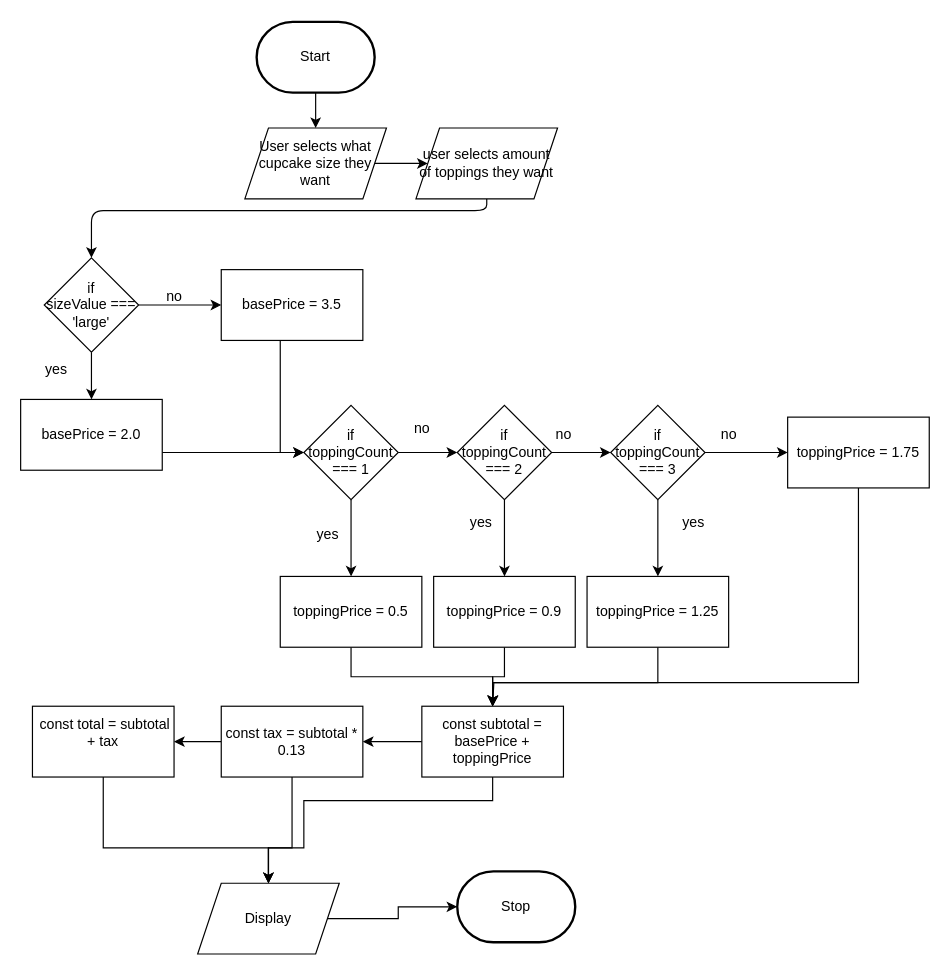
MTHS-ICD2O-1-2024/ICD2O-Assignment-04-Devin-boucher keeps this draw.io diagram as design/flowchart.drawio. Above is the earlier version. Source tidied: cells renumbered, new cells numbered last; positions are measured from the earlier drawing's top-left corner, leaving out a move shared by most shapes. Both pictures are drawn from the tidied source at 118%, with x=0, y=0 at pixel (20, 21).
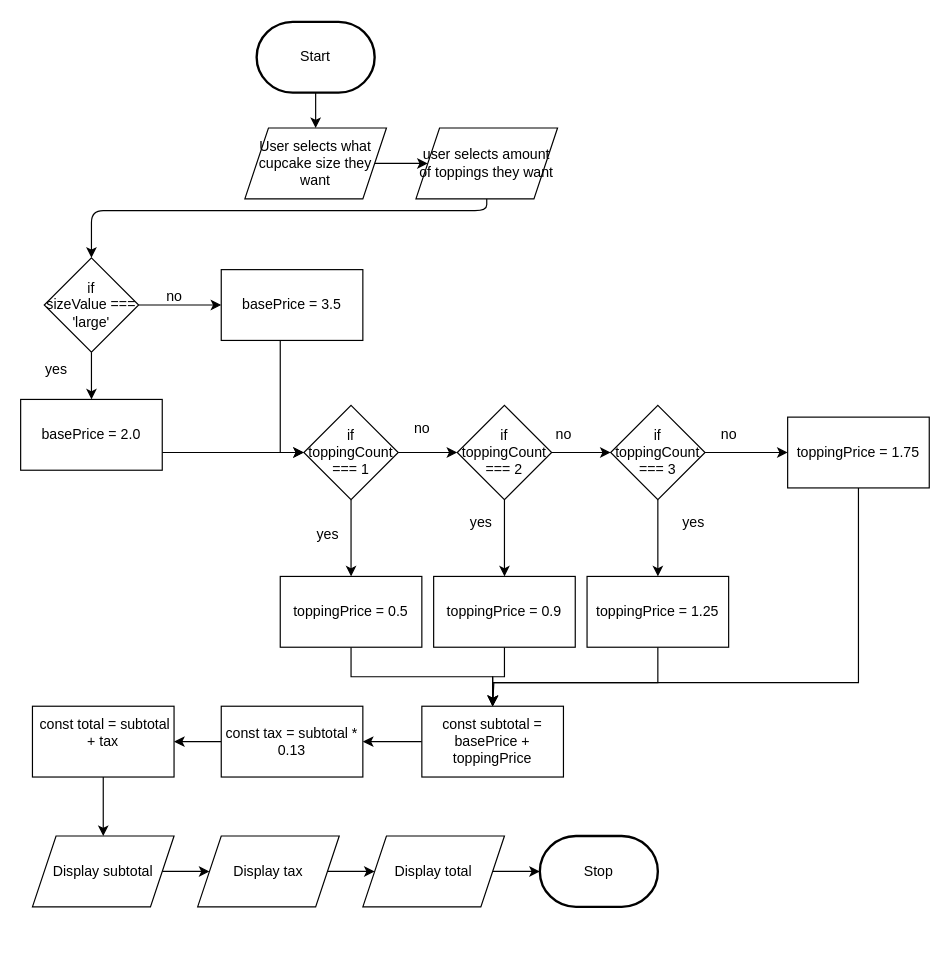
The same diagram, later.

Unchanged cells that the change refers to:
```xml
<mxCell id="44" value="const subtotal = basePrice + toppingPrice" style="whiteSpace=wrap;html=1;" parent="1" vertex="1">
  <mxGeometry x="340" y="580" width="120" height="60" as="geometry" />
</mxCell>
<mxCell id="47" value="const tax = subtotal * 0.13" style="whiteSpace=wrap;html=1;" parent="1" vertex="1">
  <mxGeometry x="170" y="580" width="120" height="60" as="geometry" />
</mxCell>
<mxCell id="49" value="&lt;div&gt;&lt;font color=&quot;#000000&quot;&gt;&amp;nbsp;const total = subtotal + tax&lt;/font&gt;&lt;/div&gt;&lt;div&gt;&lt;br&gt;&lt;/div&gt;" style="whiteSpace=wrap;html=1;" parent="1" vertex="1">
  <mxGeometry x="10" y="580" width="120" height="60" as="geometry" />
</mxCell>
```

Diff of the diagram source:
```diff
@@
     <mxCell id="4" value="Stop" style="strokeWidth=2;html=1;shape=mxgraph.flowchart.terminator;whiteSpace=wrap;" parent="1" vertex="1">
-      <mxGeometry x="370" y="720" width="100" height="60" as="geometry" />
+      <mxGeometry x="440" y="690" width="100" height="60" as="geometry" />
     </mxCell>
@@
-    <mxCell id="43" style="edgeStyle=orthogonalEdgeStyle;html=1;entryX=0.5;entryY=0;entryDx=0;entryDy=0;rounded=0;curved=0;" parent="1" edge="1" source="44" target="51">
-      <mxGeometry relative="1" as="geometry">
-        <Array as="points">
-          <mxPoint x="400" y="660" />
-          <mxPoint x="240" y="660" />
-          <mxPoint x="240" y="700" />
-        </Array>
-      </mxGeometry>
-    </mxCell>
@@
-    <mxCell id="46" style="edgeStyle=orthogonalEdgeStyle;html=1;entryX=0.5;entryY=0;entryDx=0;entryDy=0;rounded=0;curved=0;" parent="1" edge="1" source="47" target="51">
-      <mxGeometry relative="1" as="geometry">
-        <Array as="points">
-          <mxPoint x="230" y="700" />
-          <mxPoint x="210" y="700" />
-        </Array>
-      </mxGeometry>
-    </mxCell>
@@
-    <mxCell id="48" style="edgeStyle=orthogonalEdgeStyle;html=1;entryX=0.5;entryY=0;entryDx=0;entryDy=0;rounded=0;curved=0;" parent="1" edge="1" source="49" target="51">
-      <mxGeometry relative="1" as="geometry">
-        <Array as="points">
-          <mxPoint x="70" y="700" />
-          <mxPoint x="210" y="700" />
-        </Array>
-      </mxGeometry>
+    <mxCell id="48" style="edgeStyle=orthogonalEdgeStyle;html=1;" parent="1" edge="1" source="49" target="51">
+      <mxGeometry relative="1" as="geometry" />
     </mxCell>
@@
-    <mxCell id="50" style="edgeStyle=orthogonalEdgeStyle;html=1;entryX=0;entryY=0.5;entryDx=0;entryDy=0;entryPerimeter=0;rounded=0;curved=0;" parent="1" edge="1" source="51" target="4">
-      <mxGeometry relative="1" as="geometry" />
-    </mxCell>
+    <mxCell id="52" style="edgeStyle=orthogonalEdgeStyle;html=1;" parent="1" edge="1" source="51" target="54">
+      <mxGeometry relative="1" as="geometry" />
+    </mxCell>
-    <mxCell id="51" value="Display" style="shape=parallelogram;perimeter=parallelogramPerimeter;whiteSpace=wrap;html=1;fixedSize=1;" parent="1" vertex="1">
-      <mxGeometry x="150" y="730" width="120" height="60" as="geometry" />
+    <mxCell id="51" value="Display subtotal" style="shape=parallelogram;perimeter=parallelogramPerimeter;whiteSpace=wrap;html=1;fixedSize=1;" parent="1" vertex="1">
+      <mxGeometry x="10" y="690" width="120" height="60" as="geometry" />
     </mxCell>
+    <mxCell id="53" style="edgeStyle=orthogonalEdgeStyle;html=1;" parent="1" edge="1" source="54" target="56">
+      <mxGeometry relative="1" as="geometry" />
+    </mxCell>
+    <mxCell id="54" value="Display tax" style="shape=parallelogram;perimeter=parallelogramPerimeter;whiteSpace=wrap;html=1;fixedSize=1;" parent="1" vertex="1">
+      <mxGeometry x="150" y="690" width="120" height="60" as="geometry" />
+    </mxCell>
+    <mxCell id="55" style="edgeStyle=orthogonalEdgeStyle;html=1;" parent="1" edge="1" source="56" target="4">
+      <mxGeometry relative="1" as="geometry" />
+    </mxCell>
+    <mxCell id="56" value="Display total" style="shape=parallelogram;perimeter=parallelogramPerimeter;whiteSpace=wrap;html=1;fixedSize=1;" parent="1" vertex="1">
+      <mxGeometry x="290" y="690" width="120" height="60" as="geometry" />
+    </mxCell>
```
